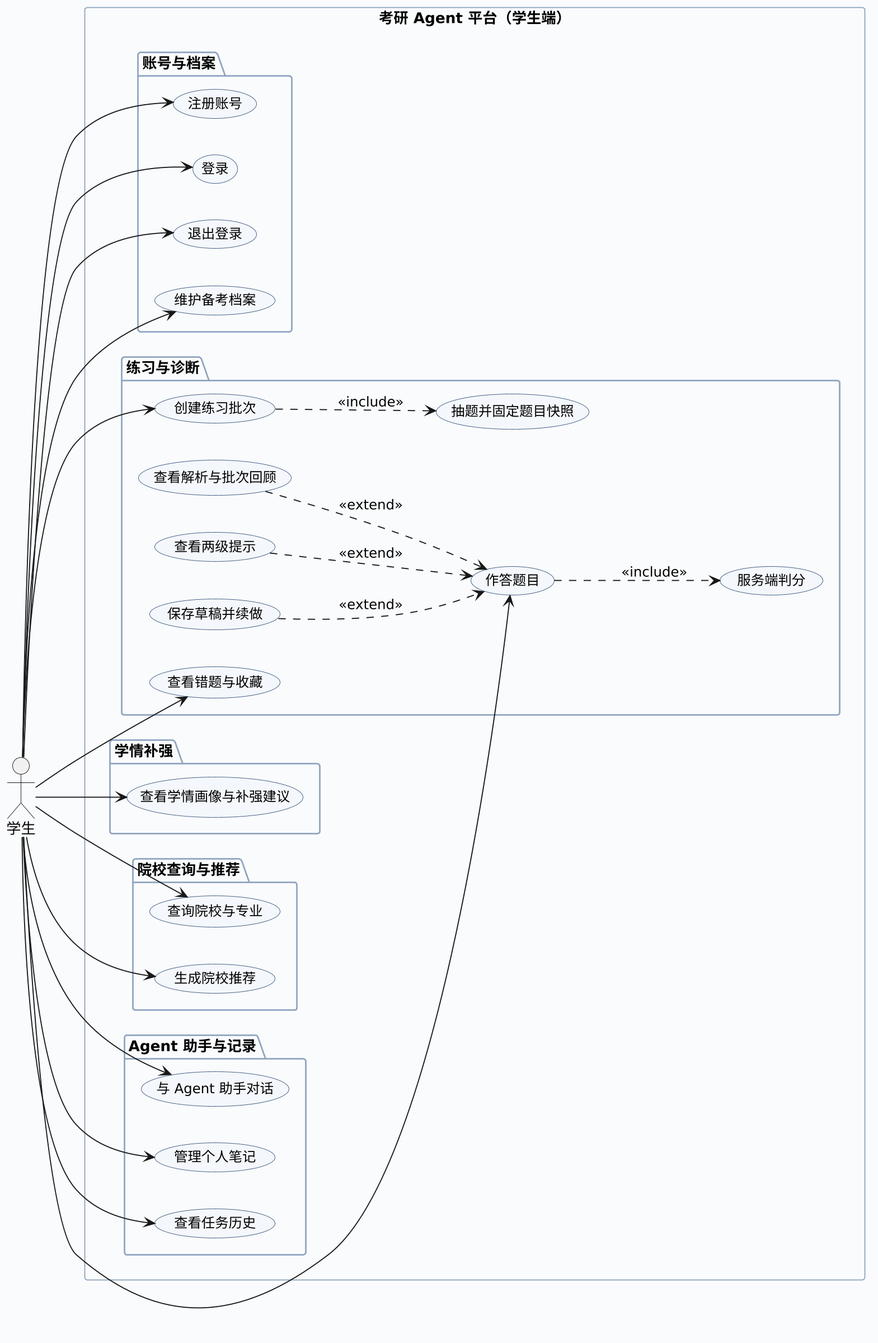
The PlantUML diagram docs/coursework-02/system/uml/export/T04-01_学生用例图.png in 5-bin/kaoyan-agent-platform, before a commit. The source it was exported from:
```plantuml
@startuml
left to right direction
skinparam shadowing false
skinparam defaultFontName "Microsoft YaHei"
skinparam dpi 180
skinparam usecase {
  BackgroundColor #F4F7FB
  BorderColor #3C5A80
  FontSize 13
}
skinparam rectangle {
  BorderColor #3C5A80
  BackgroundColor #FFFFFF
}
skinparam package {
  BorderColor #8FA5BF
  BackgroundColor #FAFBFD
}

actor "学生" as S

rectangle "考研 Agent 平台（学生端）" {
  package "账号与档案" {
    usecase "注册账号" as UC01
    usecase "登录" as UC02
    usecase "退出登录" as UC03
    usecase "维护备考档案" as UC04
  }
  package "练习与诊断" {
    usecase "创建练习批次" as UC05
    usecase "抽题并固定题目快照" as UC06
    usecase "作答题目" as UC07
    usecase "服务端判分" as UC08
    usecase "保存草稿并续做" as UC09
    usecase "查看两级提示" as UC10
    usecase "查看解析与批次回顾" as UC11
    usecase "查看错题与收藏" as UC12
  }
  package "学情补强" {
    usecase "查看学情画像与补强建议" as UC13
  }
  package "院校查询与推荐" {
    usecase "查询院校与专业" as UC14
    usecase "生成院校推荐" as UC15
  }
  package "Agent 助手与记录" {
    usecase "与 Agent 助手对话" as UC16
    usecase "管理个人笔记" as UC17
    usecase "查看任务历史" as UC18
  }
}

S --> UC01
S --> UC02
S --> UC03
S --> UC04
S --> UC05
S --> UC07
S --> UC12
S --> UC13
S --> UC14
S --> UC15
S --> UC16
S --> UC17
S --> UC18

UC05 ..> UC06 : <<include>>
UC07 ..> UC08 : <<include>>
UC09 ..> UC07 : <<extend>>
UC10 ..> UC07 : <<extend>>
UC11 ..> UC07 : <<extend>>
@enduml
```
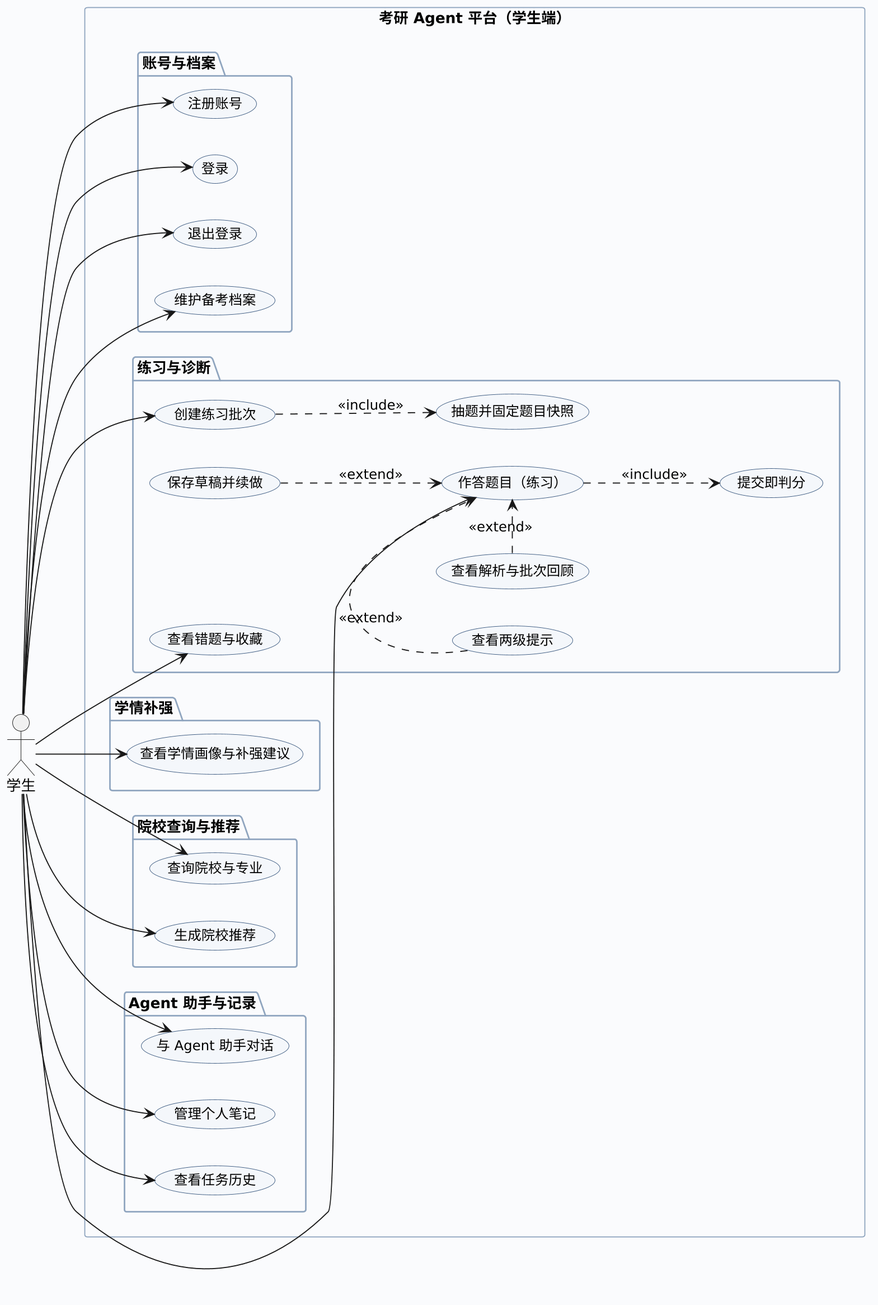
The same file after the commit.

Diff of the diagram source:
```diff
@@ -29,8 +29,8 @@
   package "练习与诊断" {
     usecase "创建练习批次" as UC05
     usecase "抽题并固定题目快照" as UC06
-    usecase "作答题目" as UC07
-    usecase "服务端判分" as UC08
+    usecase "作答题目（练习）" as UC07
+    usecase "提交即判分" as UC08
     usecase "保存草稿并续做" as UC09
     usecase "查看两级提示" as UC10
     usecase "查看解析与批次回顾" as UC11
@@ -67,6 +67,6 @@
 UC05 ..> UC06 : <<include>>
 UC07 ..> UC08 : <<include>>
 UC09 ..> UC07 : <<extend>>
-UC10 ..> UC07 : <<extend>>
-UC11 ..> UC07 : <<extend>>
+UC10 .> UC07 : <<extend>>
+UC11 .> UC07 : <<extend>>
 @enduml
```
